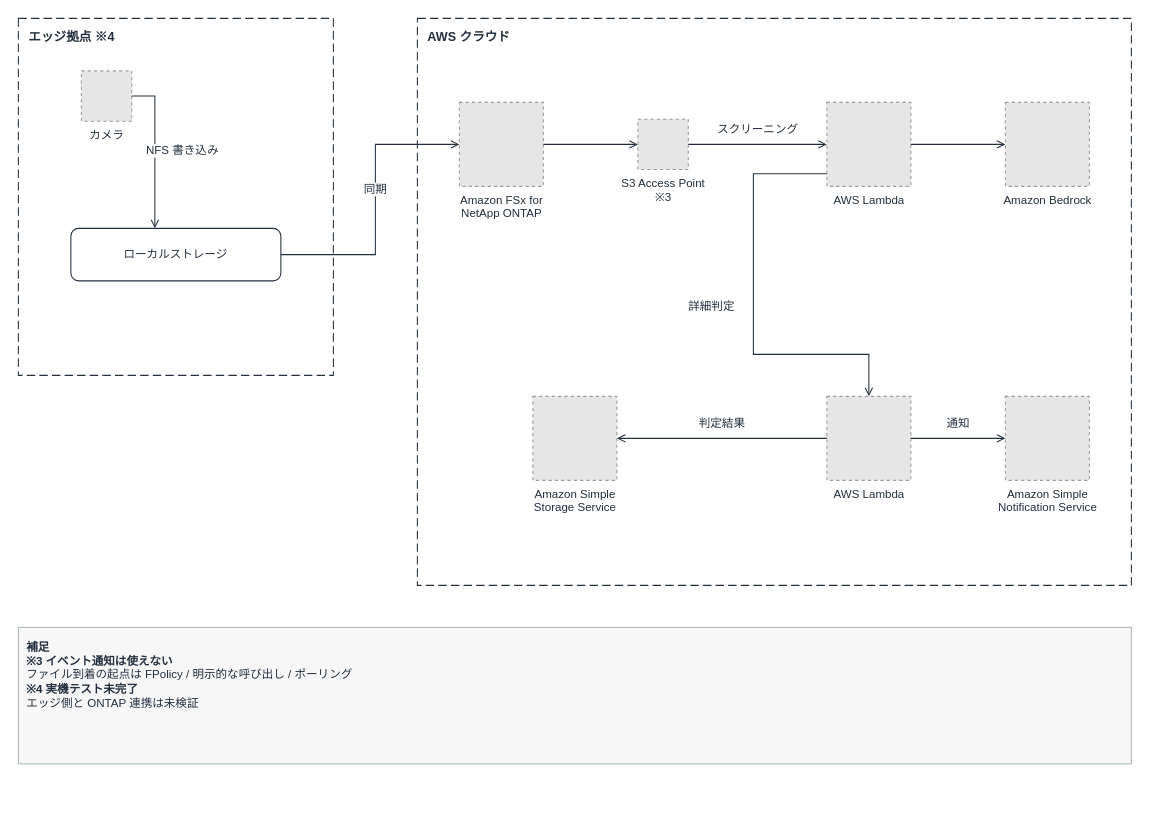
This is docs/diagrams/pattern-01-edge-ai-bedrock.drawio from Yoshiki0705/ONTAP-Edge-to-Cloud-AI, a draw.io file, before an edit. Source tidied: cells renumbered, new cells numbered last; positions are measured from the earlier drawing's top-left corner, leaving out a move shared by most shapes. Both pictures are drawn from the tidied source at 105%, with x=0, y=0 at pixel (18, 18). Pictures stored in the file or linked from it are replaced by grey dashed boxes.
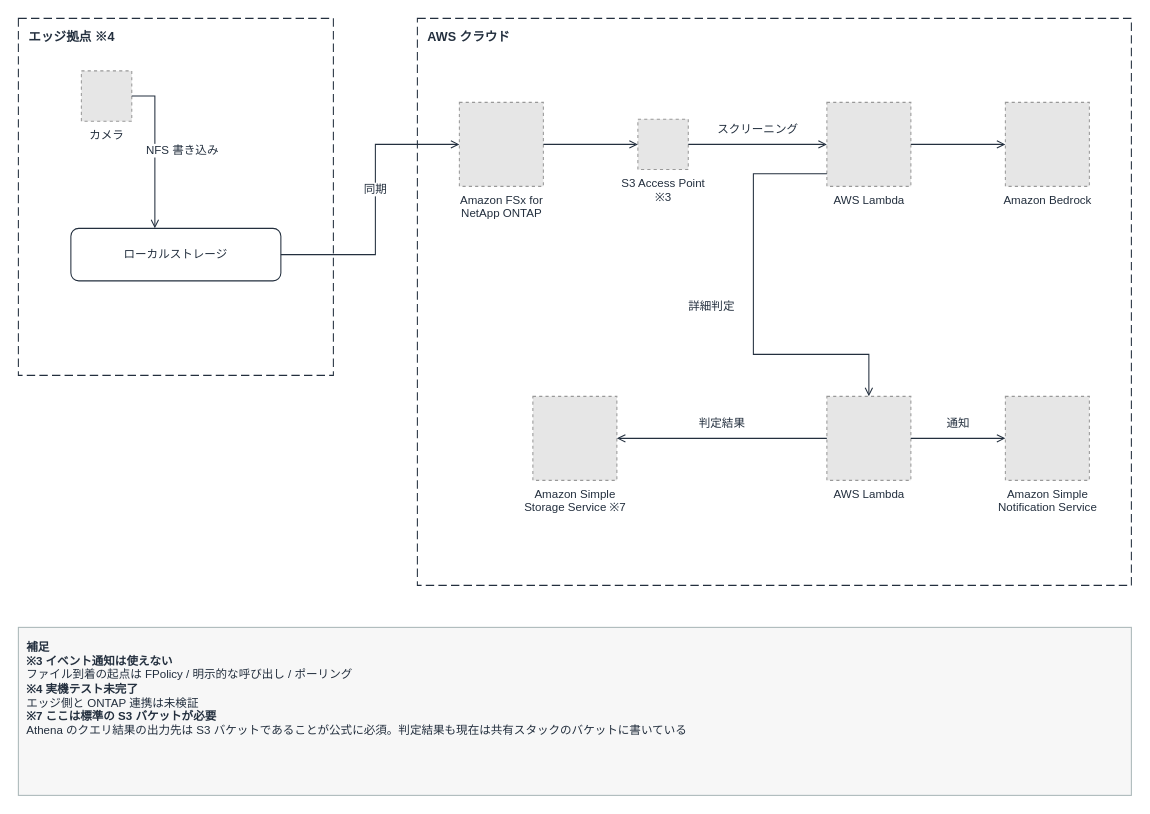
The same diagram, later.

Change to the diagram source:
```diff
@@
-    <mxCell id="10" value="Amazon Simple&lt;br&gt;Storage Service" style="fillColor=#E6E6E6;strokeColor=#999999;dashed=1;html=1;verticalLabelPosition=bottom;verticalAlign=top;labelPosition=center;align=center;fontSize=11;fontColor=#232F3E;" parent="1" vertex="1">
+    <mxCell id="10" value="Amazon Simple&lt;br&gt;Storage Service ※7" style="fillColor=#E6E6E6;strokeColor=#999999;dashed=1;html=1;verticalLabelPosition=bottom;verticalAlign=top;labelPosition=center;align=center;fontSize=11;fontColor=#232F3E;" parent="1" vertex="1">
       <mxGeometry x="490" y="360" width="80" height="80" as="geometry" />
     </mxCell>
@@
-    <mxCell id="21" value="&lt;b&gt;補足&lt;/b&gt;&lt;br&gt;&lt;b&gt;※3 イベント通知は使えない&lt;/b&gt;&lt;br&gt;ファイル到着の起点は FPolicy / 明示的な呼び出し / ポーリング&lt;br&gt;&lt;b&gt;※4 実機テスト未完了&lt;/b&gt;&lt;br&gt;エッジ側と ONTAP 連携は未検証" style="rounded=0;html=1;whiteSpace=wrap;fillColor=#F7F7F7;strokeColor=#AAB7B8;align=left;verticalAlign=top;spacing=8;fontSize=11;fontColor=#232F3E;" parent="1" vertex="1">
-      <mxGeometry y="580" width="1060" height="130" as="geometry" />
+    <mxCell id="21" value="&lt;b&gt;補足&lt;/b&gt;&lt;br&gt;&lt;b&gt;※3 イベント通知は使えない&lt;/b&gt;&lt;br&gt;ファイル到着の起点は FPolicy / 明示的な呼び出し / ポーリング&lt;br&gt;&lt;b&gt;※4 実機テスト未完了&lt;/b&gt;&lt;br&gt;エッジ側と ONTAP 連携は未検証&lt;br&gt;&lt;b&gt;※7 ここは標準の S3 バケットが必要&lt;/b&gt;&lt;br&gt;Athena のクエリ結果の出力先は S3 バケットであることが公式に必須。判定結果も現在は共有スタックのバケットに書いている" style="rounded=0;html=1;whiteSpace=wrap;fillColor=#F7F7F7;strokeColor=#AAB7B8;align=left;verticalAlign=top;spacing=8;fontSize=11;fontColor=#232F3E;" parent="1" vertex="1">
+      <mxGeometry y="580" width="1060" height="160" as="geometry" />
     </mxCell>
```
